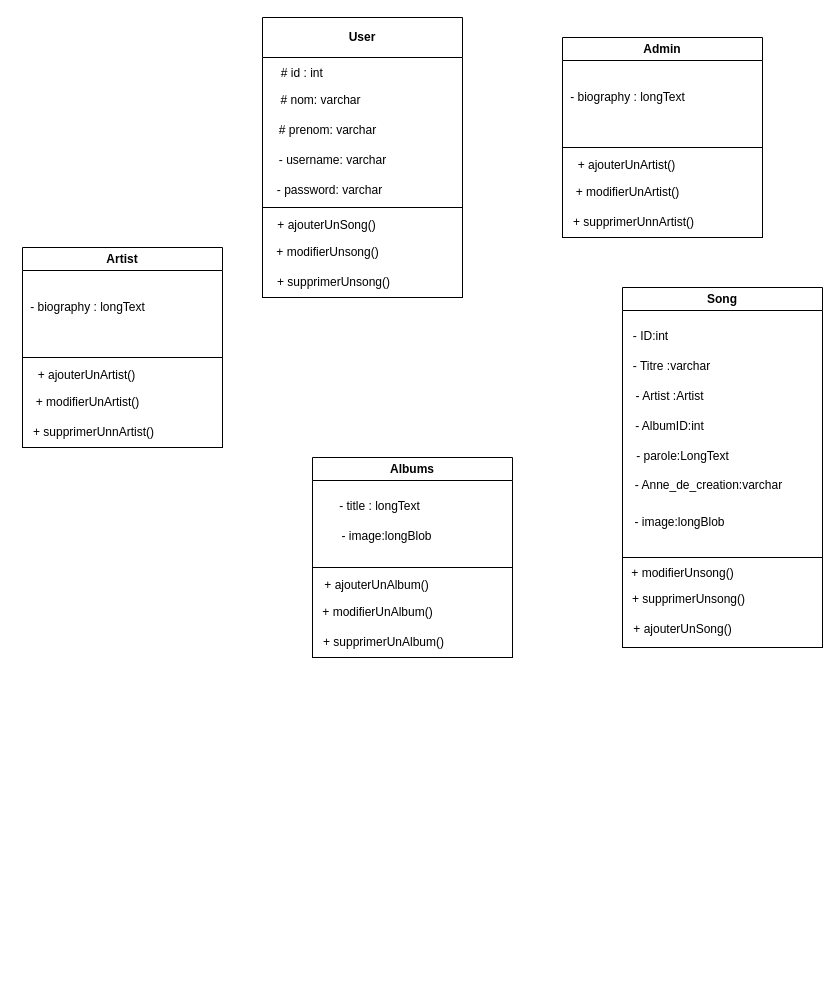
The draw.io diagram UMLs/uml_de_class.drawio in mounirelbakkali1/e-lyrics-app-org, before the edit. Source tidied: cells renumbered, new cells numbered last; positions are measured from the earlier drawing's top-left corner, leaving out a move shared by most shapes. Both pictures are drawn from the tidied source at 100%, with x=0, y=0 at pixel (17, 17).
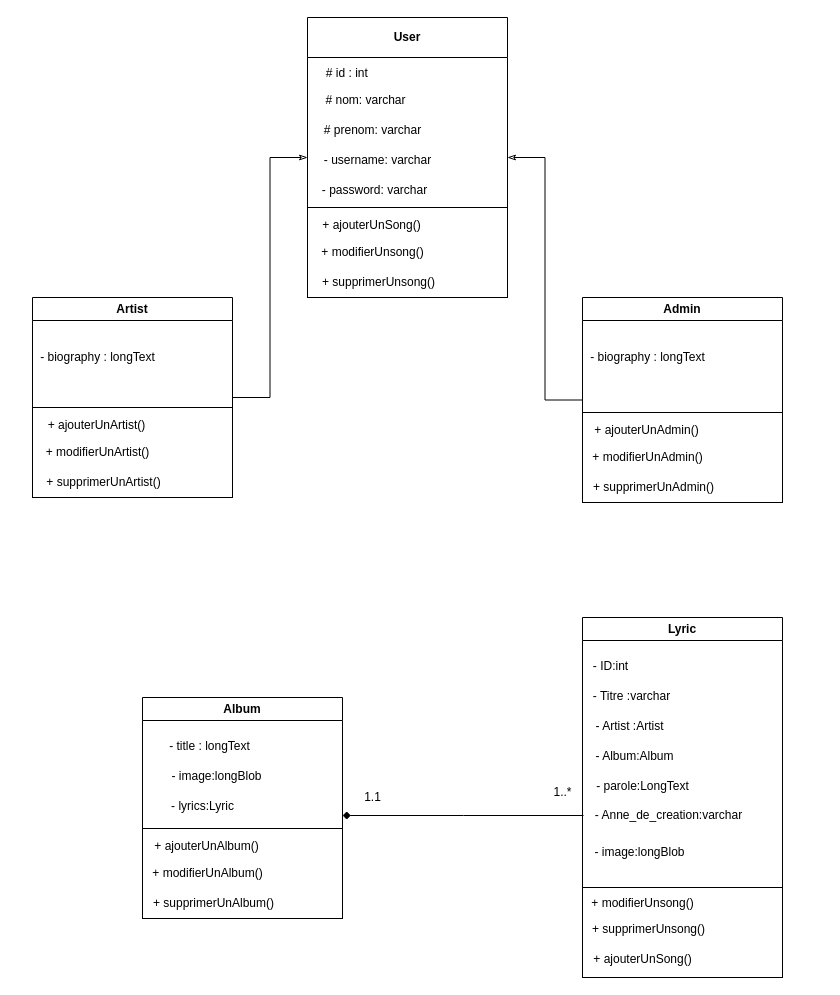
After the change.

Unchanged cells that the change refers to:
```xml
<mxCell id="6" value="- Anne_de_creation:varchar" style="text;html=1;align=center;verticalAlign=middle;points=[];strokeColor=none;fillColor=none;" parent="2" vertex="1">
  <mxGeometry x="1" y="183" width="170" height="30" as="geometry" />
</mxCell>
<mxCell id="17" style="group;" parent="15" vertex="1">
  <mxGeometry y="110" width="200" height="90" as="geometry" />
</mxCell>
```

Change to the diagram source:
```diff
@@
-    <mxCell id="2" value="Song" style="swimlane;whiteSpace=wrap;html=1;" parent="1" vertex="1">
-      <mxGeometry x="605" y="270" width="200" height="360" as="geometry" />
+    <mxCell id="2" value="Lyric" style="swimlane;whiteSpace=wrap;html=1;" parent="1" vertex="1">
+      <mxGeometry x="565" y="600" width="200" height="360" as="geometry" />
     </mxCell>
@@
-    <mxCell id="5" value="- AlbumID:int" style="text;html=1;align=center;verticalAlign=middle;strokeColor=none;fillColor=none;" parent="2" vertex="1">
-      <mxGeometry x="2" y="124" width="90" height="30" as="geometry" />
+    <mxCell id="5" value="- Album:Album" style="text;html=1;align=center;verticalAlign=middle;strokeColor=none;fillColor=none;" parent="2" vertex="1">
+      <mxGeometry x="2" y="124" width="100" height="30" as="geometry" />
     </mxCell>
@@
+    <mxCell id="48" style="edgeStyle=orthogonalEdgeStyle;rounded=0;jettySize=auto;html=1;entryX=0;entryY=0.5;entryDx=0;entryDy=0;endArrow=classicThin;endFill=0;" parent="1" edge="1" source="15" target="22">
+      <mxGeometry relative="1" as="geometry" />
+    </mxCell>
     <mxCell id="15" value="Artist" style="swimlane;whiteSpace=wrap;html=1;" parent="1" vertex="1">
-      <mxGeometry x="5" y="230" width="200" height="200" as="geometry" />
+      <mxGeometry x="15" y="280" width="200" height="200" as="geometry" />
     </mxCell>
@@
-    <mxCell id="21" value="+ supprimerUnnArtist()" style="text;html=1;align=center;verticalAlign=middle;strokeColor=none;fillColor=none;" parent="17" vertex="1">
+    <mxCell id="21" value="+ supprimerUnArtist()" style="text;html=1;align=center;verticalAlign=middle;strokeColor=none;fillColor=none;" parent="17" vertex="1">
       <mxGeometry x="1" y="60" width="140" height="30" as="geometry" />
     </mxCell>
     <mxCell id="22" value="User" style="swimlane;whiteSpace=wrap;html=1;startSize=40;" parent="1" vertex="1">
-      <mxGeometry x="245" width="200" height="280" as="geometry" />
+      <mxGeometry x="290" width="200" height="280" as="geometry" />
     </mxCell>
@@
-    <mxCell id="33" value="Albums" style="swimlane;whiteSpace=wrap;html=1;" parent="1" vertex="1">
-      <mxGeometry x="295" y="440" width="200" height="200" as="geometry" />
+    <mxCell id="33" value="Album" style="swimlane;whiteSpace=wrap;html=1;" parent="1" vertex="1">
+      <mxGeometry x="125" y="680" width="200" height="220" as="geometry" />
     </mxCell>
@@
     <mxCell id="35" style="group;" parent="33" vertex="1">
-      <mxGeometry y="110" width="200" height="90" as="geometry" />
+      <mxGeometry y="131" width="200" height="90" as="geometry" />
     </mxCell>
@@
+    <mxCell id="49" value="- lyrics:Lyric" style="text;html=1;align=center;verticalAlign=middle;strokeColor=none;fillColor=none;" parent="33" vertex="1">
+      <mxGeometry x="15" y="94" width="90" height="30" as="geometry" />
+    </mxCell>
+    <mxCell id="50" style="edgeStyle=orthogonalEdgeStyle;rounded=0;jettySize=auto;html=1;entryX=1;entryY=0.5;entryDx=0;entryDy=0;endArrow=classicThin;endFill=0;" parent="1" edge="1" source="41" target="22">
+      <mxGeometry relative="1" as="geometry" />
+    </mxCell>
     <mxCell id="41" value="Admin" style="swimlane;whiteSpace=wrap;html=1;" parent="1" vertex="1">
-      <mxGeometry x="545" y="20" width="200" height="200" as="geometry" />
+      <mxGeometry x="565" y="280" width="200" height="205" as="geometry" />
     </mxCell>
@@
     <mxCell id="43" style="group;" parent="41" vertex="1">
-      <mxGeometry y="110" width="200" height="90" as="geometry" />
+      <mxGeometry y="115" width="200" height="95" as="geometry" />
     </mxCell>
@@
-    <mxCell id="45" value="+ ajouterUnArtist()" style="text;html=1;align=center;verticalAlign=middle;strokeColor=none;fillColor=none;" parent="43" vertex="1">
-      <mxGeometry x="4" y="3" width="120" height="30" as="geometry" />
+    <mxCell id="45" value="+ ajouterUnAdmin()" style="text;html=1;align=center;verticalAlign=middle;strokeColor=none;fillColor=none;" parent="43" vertex="1">
+      <mxGeometry x="-1" y="3" width="130" height="30" as="geometry" />
     </mxCell>
-    <mxCell id="46" value="+ modifierUnArtist()" style="text;html=1;align=center;verticalAlign=middle;strokeColor=none;fillColor=none;" parent="43" vertex="1">
+    <mxCell id="46" value="+ modifierUnAdmin()" style="text;html=1;align=center;verticalAlign=middle;strokeColor=none;fillColor=none;" parent="43" vertex="1">
       <mxGeometry y="30" width="130" height="30" as="geometry" />
     </mxCell>
-    <mxCell id="47" value="+ supprimerUnnArtist()" style="text;html=1;align=center;verticalAlign=middle;strokeColor=none;fillColor=none;" parent="43" vertex="1">
+    <mxCell id="47" value="+ supprimerUnAdmin()" style="text;html=1;align=center;verticalAlign=middle;strokeColor=none;fillColor=none;" parent="43" vertex="1">
       <mxGeometry x="1" y="60" width="140" height="30" as="geometry" />
     </mxCell>
+    <mxCell id="51" value="1..*" style="text;html=1;align=center;verticalAlign=middle;strokeColor=none;fillColor=none;" parent="1" vertex="1">
+      <mxGeometry x="525" y="760" width="40" height="30" as="geometry" />
+    </mxCell>
+    <mxCell id="52" value="1.1" style="text;html=1;align=center;verticalAlign=middle;strokeColor=none;fillColor=none;" parent="1" vertex="1">
+      <mxGeometry x="335" y="765" width="40" height="30" as="geometry" />
+    </mxCell>
+    <mxCell id="53" style="edgeStyle=orthogonalEdgeStyle;rounded=0;jettySize=auto;html=1;endArrow=diamond;endFill=1;" parent="1" edge="1" source="6">
+      <mxGeometry relative="1" as="geometry">
+        <mxPoint x="325" y="798" as="targetPoint" />
+      </mxGeometry>
+    </mxCell>
```
